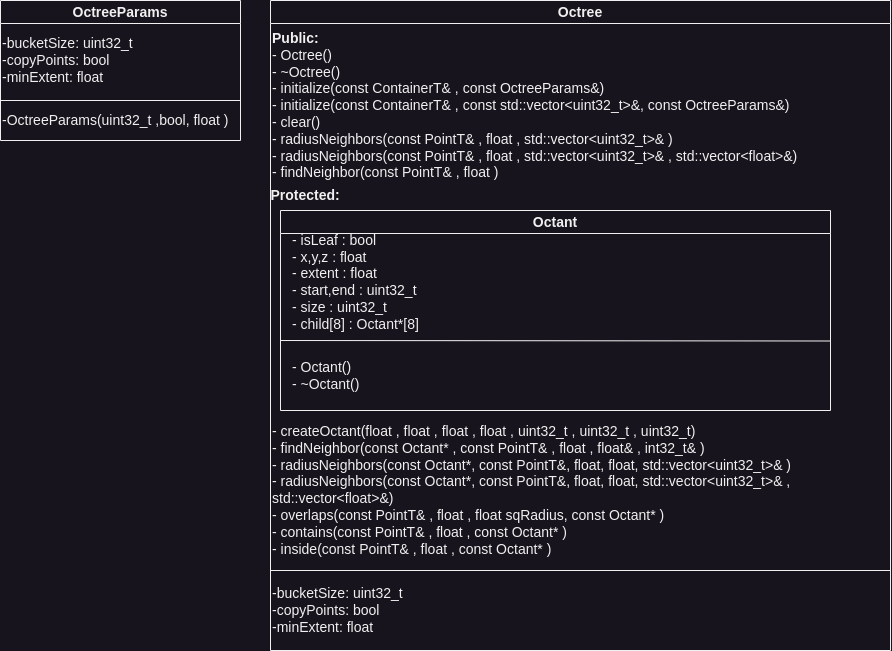
Earlier version of the draw.io export img/ClasesOctree.png (PaulParizacaMozo/Proyecto-EDA). Source tidied: cells renumbered, new cells last; positions are measured from the earlier drawing's top-left corner, leaving out a move shared by most shapes. The source it was exported from:
```xml
<mxGraphModel>
  <root>
    <mxCell id="0" />
    <mxCell id="1" parent="0" />
    <mxCell id="2" value="&lt;font style=&quot;font-size: 14px;&quot;&gt;OctreeParams&lt;/font&gt;" style="swimlane;whiteSpace=wrap;html=1;" parent="1" vertex="1">
      <mxGeometry width="240" height="140" as="geometry" />
    </mxCell>
    <mxCell id="3" value="&lt;div style=&quot;font-size: 14px;&quot;&gt;&lt;font style=&quot;font-size: 14px;&quot;&gt;-bucketSize: uint32_t&lt;/font&gt;&lt;/div&gt;&lt;div style=&quot;font-size: 14px;&quot;&gt;&lt;font style=&quot;font-size: 14px;&quot;&gt;-copyPoints: bool&lt;/font&gt;&lt;/div&gt;&lt;div style=&quot;font-size: 14px;&quot;&gt;&lt;span style=&quot;background-color: initial;&quot;&gt;&lt;font style=&quot;font-size: 14px;&quot;&gt;-minExtent: float&amp;nbsp; &amp;nbsp;&amp;nbsp;&lt;/font&gt;&lt;/span&gt;&lt;/div&gt;" style="text;html=1;strokeColor=none;fillColor=none;align=left;verticalAlign=middle;whiteSpace=wrap;rounded=0;" parent="2" vertex="1">
      <mxGeometry y="30" width="240" height="60" as="geometry" />
    </mxCell>
    <mxCell id="4" value="&lt;div style=&quot;font-size: 14px;&quot;&gt;&lt;br&gt;&lt;/div&gt;&lt;span style=&quot;font-size: 14px;&quot;&gt;-OctreeParams(uint32_t ,bool, float )&lt;/span&gt;&lt;div style=&quot;font-size: 14px;&quot;&gt;&lt;span style=&quot;background-color: initial;&quot;&gt;&amp;nbsp;&amp;nbsp;&lt;/span&gt;&lt;br&gt;&lt;/div&gt;" style="text;html=1;strokeColor=none;fillColor=none;align=left;verticalAlign=middle;whiteSpace=wrap;rounded=0;" parent="2" vertex="1">
      <mxGeometry y="100" width="240" height="40" as="geometry" />
    </mxCell>
    <mxCell id="5" style="endArrow=none;html=1;rounded=0;exitX=0;exitY=0;exitDx=0;exitDy=0;entryX=1;entryY=0;entryDx=0;entryDy=0;" parent="2" edge="1" source="4" target="4">
      <mxGeometry relative="1" as="geometry" />
    </mxCell>
    <mxCell id="6" value="&lt;font style=&quot;font-size: 14px;&quot;&gt;Octree&lt;/font&gt;" style="swimlane;whiteSpace=wrap;html=1;" parent="1" vertex="1">
      <mxGeometry x="270" width="620" height="650" as="geometry" />
    </mxCell>
    <mxCell id="7" value="&lt;div style=&quot;font-size: 14px;&quot;&gt;&lt;font style=&quot;font-size: 14px;&quot;&gt;-bucketSize: uint32_t&lt;/font&gt;&lt;/div&gt;&lt;div style=&quot;font-size: 14px;&quot;&gt;&lt;font style=&quot;font-size: 14px;&quot;&gt;-copyPoints: bool&lt;/font&gt;&lt;/div&gt;&lt;div style=&quot;font-size: 14px;&quot;&gt;&lt;span style=&quot;background-color: initial;&quot;&gt;&lt;font style=&quot;font-size: 14px;&quot;&gt;-minExtent: float&amp;nbsp; &amp;nbsp;&amp;nbsp;&lt;/font&gt;&lt;/span&gt;&lt;/div&gt;" style="text;html=1;strokeColor=none;fillColor=none;align=left;verticalAlign=middle;whiteSpace=wrap;rounded=0;" parent="6" vertex="1">
      <mxGeometry y="580" width="240" height="60" as="geometry" />
    </mxCell>
    <mxCell id="8" style="endArrow=none;html=1;rounded=0;" parent="6" edge="1">
      <mxGeometry relative="1" as="geometry">
        <mxPoint y="570" as="sourcePoint" />
        <mxPoint x="620" y="570" as="targetPoint" />
      </mxGeometry>
    </mxCell>
    <mxCell id="9" value="&lt;font style=&quot;font-size: 14px;&quot;&gt;&lt;b&gt;Public:&lt;/b&gt;&amp;nbsp;&lt;br&gt;&lt;/font&gt;&lt;div style=&quot;font-size: 14px;&quot;&gt;&lt;font style=&quot;font-size: 14px;&quot;&gt;- Octree()&lt;/font&gt;&lt;/div&gt;&lt;div style=&quot;font-size: 14px;&quot;&gt;&lt;font style=&quot;font-size: 14px;&quot;&gt;- ~Octree()&lt;/font&gt;&lt;/div&gt;&lt;div style=&quot;font-size: 14px;&quot;&gt;&lt;font style=&quot;font-size: 14px;&quot;&gt;- initialize(const ContainerT&amp;amp; , const OctreeParams&amp;amp;)&lt;/font&gt;&lt;/div&gt;&lt;div style=&quot;font-size: 14px;&quot;&gt;&lt;font style=&quot;font-size: 14px;&quot;&gt;- initialize(const ContainerT&amp;amp; , const std::vector&amp;lt;uint32_t&amp;gt;&amp;amp;, const OctreeParams&amp;amp;)&lt;/font&gt;&lt;/div&gt;&lt;div style=&quot;font-size: 14px;&quot;&gt;&lt;font style=&quot;font-size: 14px;&quot;&gt;- clear()&lt;/font&gt;&lt;/div&gt;&lt;div style=&quot;font-size: 14px;&quot;&gt;&lt;font style=&quot;font-size: 14px;&quot;&gt;- radiusNeighbors(const PointT&amp;amp; , float , std::vector&amp;lt;uint32_t&amp;gt;&amp;amp; )&lt;/font&gt;&lt;/div&gt;&lt;div style=&quot;font-size: 14px;&quot;&gt;&lt;font style=&quot;font-size: 14px;&quot;&gt;- radiusNeighbors(const PointT&amp;amp; , float , std::vector&amp;lt;uint32_t&amp;gt;&amp;amp; , std::vector&amp;lt;float&amp;gt;&amp;amp;)&lt;/font&gt;&lt;/div&gt;&lt;div style=&quot;font-size: 14px;&quot;&gt;&lt;font style=&quot;font-size: 14px;&quot;&gt;- findNeighbor(const PointT&amp;amp; , float )&lt;/font&gt;&lt;/div&gt;" style="text;html=1;strokeColor=none;fillColor=none;align=left;verticalAlign=middle;whiteSpace=wrap;rounded=0;" parent="6" vertex="1">
      <mxGeometry y="30" width="580" height="150" as="geometry" />
    </mxCell>
    <mxCell id="10" value="&lt;span style=&quot;font-size: 14px; background-color: initial;&quot;&gt;- createOctant(float , float , float , float , uint32_t , uint32_t , uint32_t)&lt;/span&gt;&lt;br&gt;&lt;div style=&quot;font-size: 14px;&quot;&gt;&lt;font style=&quot;font-size: 14px;&quot;&gt;- findNeighbor(const Octant* , const PointT&amp;amp; , float , float&amp;amp; , int32_t&amp;amp; )&lt;/font&gt;&lt;/div&gt;&lt;div style=&quot;font-size: 14px;&quot;&gt;&lt;font style=&quot;font-size: 14px;&quot;&gt;- radiusNeighbors(const Octant*, const PointT&amp;amp;, float, float, std::vector&amp;lt;uint32_t&amp;gt;&amp;amp; )&lt;/font&gt;&lt;/div&gt;&lt;div style=&quot;font-size: 14px;&quot;&gt;&lt;font style=&quot;font-size: 14px;&quot;&gt;- radiusNeighbors(const Octant*, const PointT&amp;amp;, float, float, std::vector&amp;lt;uint32_t&amp;gt;&amp;amp; , std::vector&amp;lt;float&amp;gt;&amp;amp;)&lt;/font&gt;&lt;/div&gt;&lt;div style=&quot;font-size: 14px;&quot;&gt;&lt;font style=&quot;font-size: 14px;&quot;&gt;- overlaps(const PointT&amp;amp; , float , float sqRadius, const Octant* )&lt;/font&gt;&lt;/div&gt;&lt;div style=&quot;font-size: 14px;&quot;&gt;&lt;font style=&quot;font-size: 14px;&quot;&gt;- contains(const PointT&amp;amp; , float , const Octant* )&lt;/font&gt;&lt;/div&gt;&lt;div style=&quot;font-size: 14px;&quot;&gt;&lt;font style=&quot;font-size: 14px;&quot;&gt;- inside(const PointT&amp;amp; , float , const Octant* )&lt;/font&gt;&lt;/div&gt;&lt;div style=&quot;font-size: 14px;&quot;&gt;&lt;br&gt;&lt;/div&gt;" style="text;html=1;strokeColor=none;fillColor=none;align=left;verticalAlign=middle;whiteSpace=wrap;rounded=0;" parent="6" vertex="1">
      <mxGeometry y="420" width="620" height="155" as="geometry" />
    </mxCell>
    <mxCell id="11" value="&lt;font style=&quot;font-size: 14px;&quot;&gt;&lt;b&gt;Protected:&lt;/b&gt;&lt;/font&gt;" style="text;html=1;strokeColor=none;fillColor=none;align=center;verticalAlign=middle;whiteSpace=wrap;rounded=0;" parent="6" vertex="1">
      <mxGeometry y="180" width="70" height="30" as="geometry" />
    </mxCell>
    <mxCell id="12" value="&lt;font style=&quot;font-size: 14px;&quot;&gt;Octant&lt;/font&gt;" style="swimlane;whiteSpace=wrap;html=1;startSize=23;" parent="6" vertex="1">
      <mxGeometry x="10" y="210" width="550" height="200" as="geometry" />
    </mxCell>
    <mxCell id="13" style="endArrow=none;html=1;rounded=0;" parent="12" edge="1">
      <mxGeometry relative="1" as="geometry">
        <mxPoint y="130" as="sourcePoint" />
        <mxPoint x="550" y="130.5" as="targetPoint" />
      </mxGeometry>
    </mxCell>
    <mxCell id="14" value="&lt;div style=&quot;font-size: 14px;&quot;&gt;&lt;font style=&quot;font-size: 14px;&quot;&gt;- isLeaf : bool&lt;/font&gt;&lt;/div&gt;&lt;div style=&quot;font-size: 14px;&quot;&gt;&lt;font style=&quot;font-size: 14px;&quot;&gt;- x,y,z : float&lt;/font&gt;&lt;/div&gt;&lt;div style=&quot;font-size: 14px;&quot;&gt;&lt;font style=&quot;font-size: 14px;&quot;&gt;- extent : float&lt;/font&gt;&lt;/div&gt;&lt;div style=&quot;font-size: 14px;&quot;&gt;&lt;font style=&quot;font-size: 14px;&quot;&gt;- start,end : uint32_t&lt;/font&gt;&lt;/div&gt;&lt;div style=&quot;font-size: 14px;&quot;&gt;&lt;font style=&quot;font-size: 14px;&quot;&gt;- size : uint32_t&lt;/font&gt;&lt;/div&gt;&lt;div style=&quot;font-size: 14px;&quot;&gt;&lt;font style=&quot;font-size: 14px;&quot;&gt;- child[8] : Octant*[8]&lt;/font&gt;&lt;/div&gt;&lt;div style=&quot;font-size: 14px;&quot;&gt;&lt;br&gt;&lt;/div&gt;" style="text;html=1;strokeColor=none;fillColor=none;align=left;verticalAlign=middle;whiteSpace=wrap;rounded=0;" parent="12" vertex="1">
      <mxGeometry x="10" y="30" width="160" height="100" as="geometry" />
    </mxCell>
    <mxCell id="15" value="&lt;div style=&quot;font-size: 14px;&quot;&gt;&lt;font style=&quot;font-size: 14px;&quot;&gt;- Octant()&lt;/font&gt;&lt;/div&gt;&lt;div style=&quot;font-size: 14px;&quot;&gt;&lt;font style=&quot;font-size: 14px;&quot;&gt;- ~Octant()&lt;/font&gt;&lt;/div&gt;" style="text;html=1;strokeColor=none;fillColor=none;align=left;verticalAlign=middle;whiteSpace=wrap;rounded=0;" parent="12" vertex="1">
      <mxGeometry x="10" y="140" width="330" height="50" as="geometry" />
    </mxCell>
  </root>
</mxGraphModel>
```
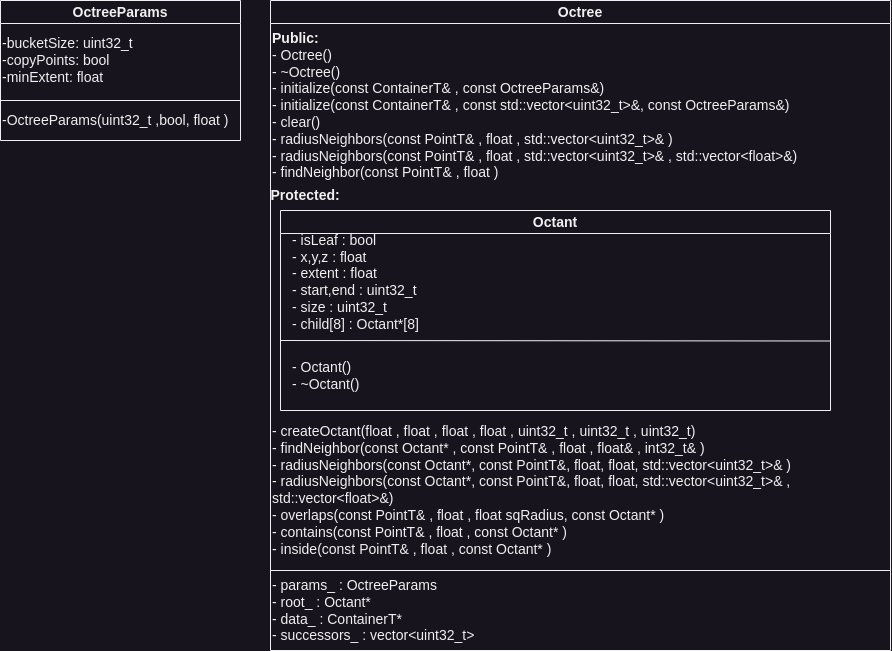
After the commit.

What changed in the source:
```diff
@@ -17,7 +17,7 @@
     <mxCell id="6" value="&lt;font style=&quot;font-size: 14px;&quot;&gt;Octree&lt;/font&gt;" style="swimlane;whiteSpace=wrap;html=1;" parent="1" vertex="1">
       <mxGeometry x="270" width="620" height="650" as="geometry" />
     </mxCell>
-    <mxCell id="7" value="&lt;div style=&quot;font-size: 14px;&quot;&gt;&lt;font style=&quot;font-size: 14px;&quot;&gt;-bucketSize: uint32_t&lt;/font&gt;&lt;/div&gt;&lt;div style=&quot;font-size: 14px;&quot;&gt;&lt;font style=&quot;font-size: 14px;&quot;&gt;-copyPoints: bool&lt;/font&gt;&lt;/div&gt;&lt;div style=&quot;font-size: 14px;&quot;&gt;&lt;span style=&quot;background-color: initial;&quot;&gt;&lt;font style=&quot;font-size: 14px;&quot;&gt;-minExtent: float&amp;nbsp; &amp;nbsp;&amp;nbsp;&lt;/font&gt;&lt;/span&gt;&lt;/div&gt;" style="text;html=1;strokeColor=none;fillColor=none;align=left;verticalAlign=middle;whiteSpace=wrap;rounded=0;" parent="6" vertex="1">
+    <mxCell id="7" value="&lt;div style=&quot;font-size: 14px;&quot;&gt;&lt;div&gt;- params_ : OctreeParams&lt;/div&gt;&lt;div&gt;- root_ : Octant*&lt;/div&gt;&lt;div&gt;- data_ : ContainerT*&lt;/div&gt;&lt;div&gt;- successors_ : vector&amp;lt;uint32_t&amp;gt;&lt;/div&gt;&lt;/div&gt;" style="text;html=1;strokeColor=none;fillColor=none;align=left;verticalAlign=middle;whiteSpace=wrap;rounded=0;" parent="6" vertex="1">
       <mxGeometry y="580" width="240" height="60" as="geometry" />
     </mxCell>
     <mxCell id="8" style="endArrow=none;html=1;rounded=0;" parent="6" edge="1">
```
